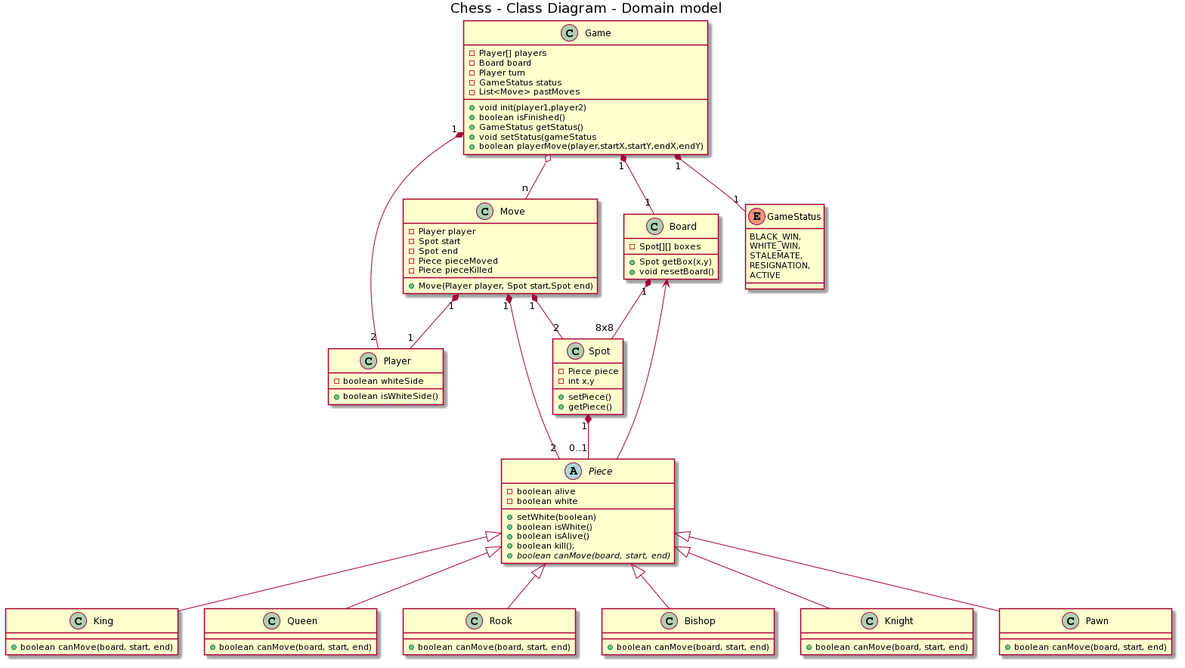
juanmabarrio/chess-domain-model keeps this PlantUML diagram as chess-domain-model.png. Above is the earlier version. The source it was exported from:
```plantuml
@startuml
title Chess - Class Diagram - Domain model




class Game
abstract class Piece{
-boolean alive
-boolean white
+ setWhite(boolean)
+ boolean isWhite()
+ boolean isAlive()
+ boolean kill();
+{abstract} boolean canMove(board, start, end)
}
Board <-up- Piece

class Board
class Player
class Move

class Spot{
-Piece piece
-int x,y
+ setPiece()
+ getPiece()
}

King -up-|> Piece
Queen -up-|> Piece
Rook -up-|> Piece
Bishop -up-|> Piece
Knight -up-|> Piece
Pawn -up-|> Piece

class King{
 + boolean canMove(board, start, end)
}
class Queen{
 + boolean canMove(board, start, end)
}
class Rook{
 + boolean canMove(board, start, end)
}
class Bishop{
 + boolean canMove(board, start, end)
}
class Knight{
 + boolean canMove(board, start, end)
}

class Pawn{
 + boolean canMove(board, start, end)
}

class Board{
- Spot[][] boxes
+ Spot getBox(x,y)
+ void resetBoard()

}

Board "1"*-down-"8x8" Spot
Spot "1"*-down-"0..1" Piece


class Player{
-boolean whiteSide
+boolean isWhiteSide()
}

class Move{
-Player player
-Spot start
-Spot end
-Piece pieceMoved
-Piece pieceKilled
+Move(Player player, Spot start,Spot end)
}

Move "1"*-down-"1"  Player
Move "1"*-down-"2" Spot
Move "1"*-down-"2" Piece

enum GameStatus {
    BLACK_WIN,
    WHITE_WIN,
    STALEMATE,
    RESIGNATION,
    ACTIVE
}

class Game{
-Player[] players
-Board board
-Player turn
-GameStatus status
-List<Move> pastMoves
+void init(player1,player2)
+boolean isFinished()
+GameStatus getStatus()
+void setStatus(gameStatus
+boolean playerMove(player,startX,startY,endX,endY)
}

Game "1"*-down-"2"  Player
Game "1"*-down-"1"  Board
Game "1"*-down-"1"  GameStatus
Game o--"n"  Move
@enduml
```
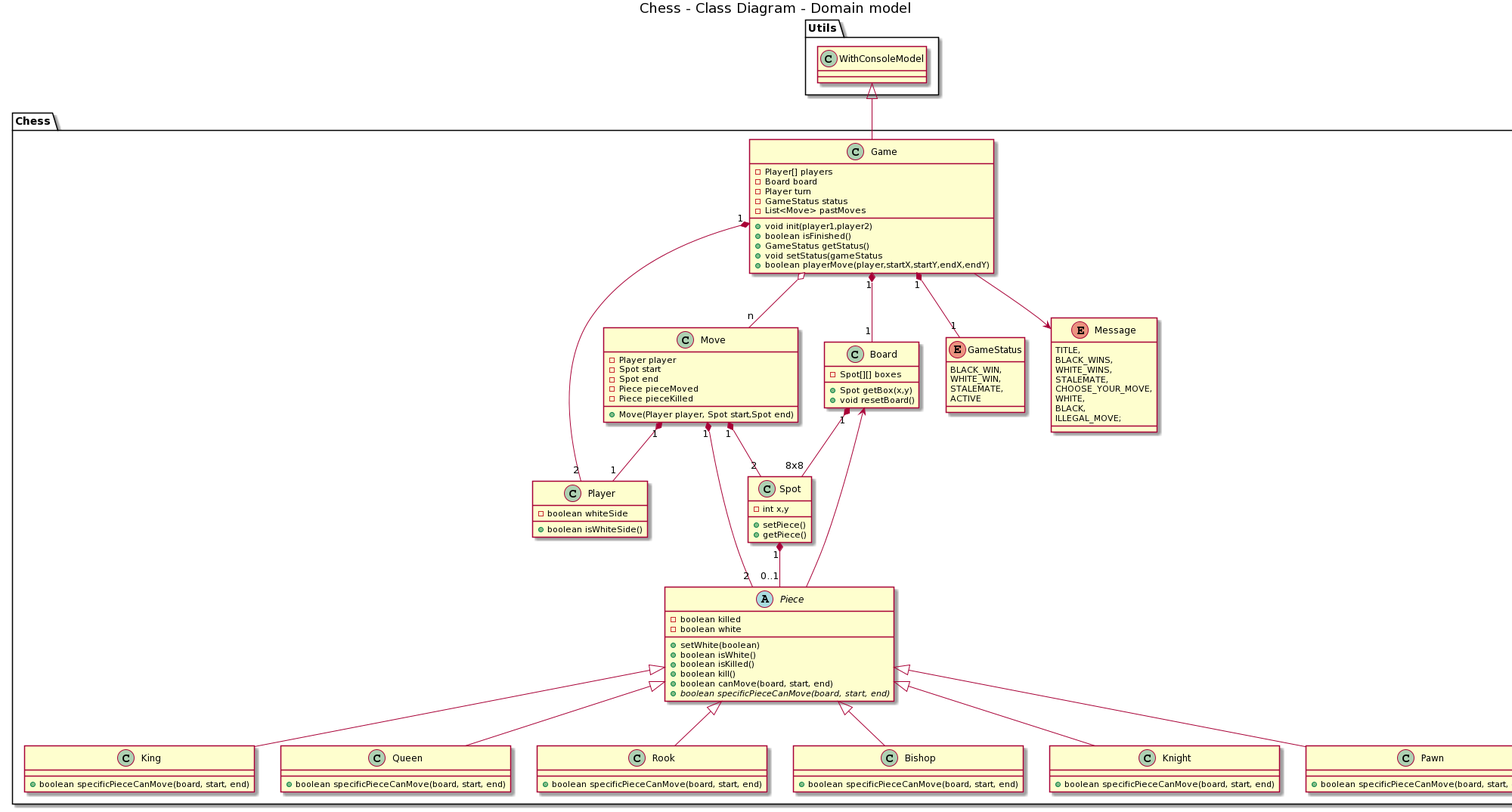
After the change.

Diff of the diagram source:
```diff
@@ -1,27 +1,29 @@
 @startuml
 title Chess - Class Diagram - Domain model
 
+package Utils {
+    class WithConsoleModel
+}
 
-
-
+package Chess {
 class Game
 abstract class Piece{
--boolean alive
+-boolean killed
 -boolean white
 + setWhite(boolean)
 + boolean isWhite()
-+ boolean isAlive()
-+ boolean kill();
-+{abstract} boolean canMove(board, start, end)
++ boolean isKilled()
++ boolean kill()
++ boolean canMove(board, start, end)
++ boolean {abstract} specificPieceCanMove(board, start, end)
 }
+Game -up-|> WithConsoleModel
 Board <-up- Piece
 
 class Board
 class Player
 class Move
-
 class Spot{
--Piece piece
 -int x,y
 + setPiece()
 + getPiece()
@@ -35,23 +37,23 @@
 Pawn -up-|> Piece
 
 class King{
- + boolean canMove(board, start, end)
+ + boolean specificPieceCanMove(board, start, end)
 }
 class Queen{
- + boolean canMove(board, start, end)
+ + boolean specificPieceCanMove(board, start, end)
 }
 class Rook{
- + boolean canMove(board, start, end)
+ + boolean specificPieceCanMove(board, start, end)
 }
 class Bishop{
- + boolean canMove(board, start, end)
+ + boolean specificPieceCanMove(board, start, end)
 }
 class Knight{
- + boolean canMove(board, start, end)
+ + boolean specificPieceCanMove(board, start, end)
 }
 
 class Pawn{
- + boolean canMove(board, start, end)
+ + boolean specificPieceCanMove(board, start, end)
 }
 
 class Board{
@@ -87,7 +89,6 @@
     BLACK_WIN,
     WHITE_WIN,
     STALEMATE,
-    RESIGNATION,
     ACTIVE
 }
 
@@ -104,8 +105,21 @@
 +boolean playerMove(player,startX,startY,endX,endY)
 }
 
+enum Message{
+    TITLE,
+	BLACK_WINS,
+	WHITE_WINS,
+	STALEMATE,
+	CHOOSE_YOUR_MOVE,
+	WHITE,
+	BLACK,
+	ILLEGAL_MOVE;
+	}
+
+Game --> Message
 Game "1"*-down-"2"  Player
 Game "1"*-down-"1"  Board
 Game "1"*-down-"1"  GameStatus
 Game o--"n"  Move
+}
 @enduml
```
